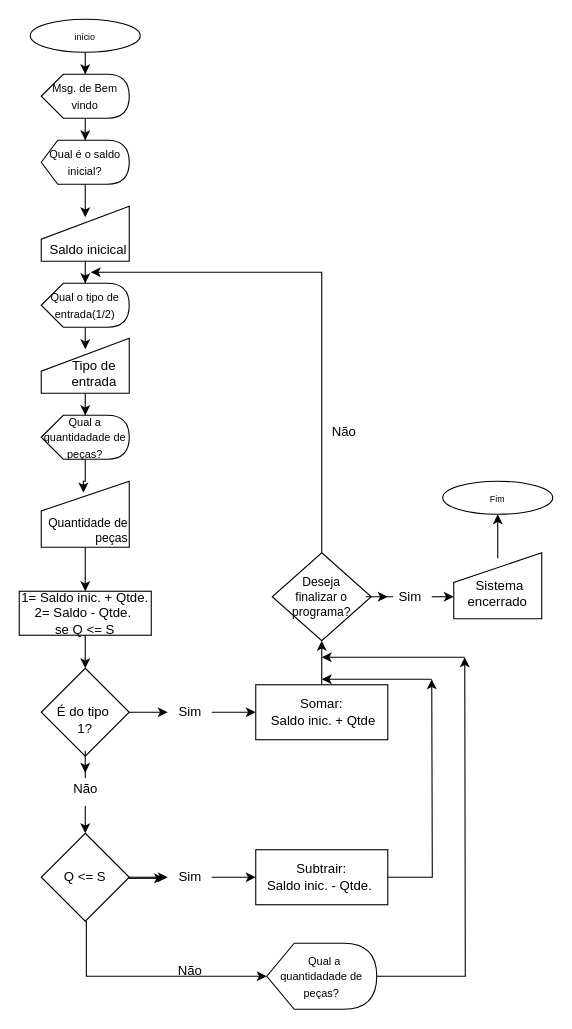
Before: Diagrama sem nome.drawio in ingridsouzz/ingridsouzz, a draw.io diagram. Source tidied: cells renumbered, new cells numbered last; positions are measured from the earlier drawing's top-left corner, leaving out a move shared by most shapes. Both pictures are drawn from the tidied source at 110%, with x=0, y=0 at pixel (19, 19).
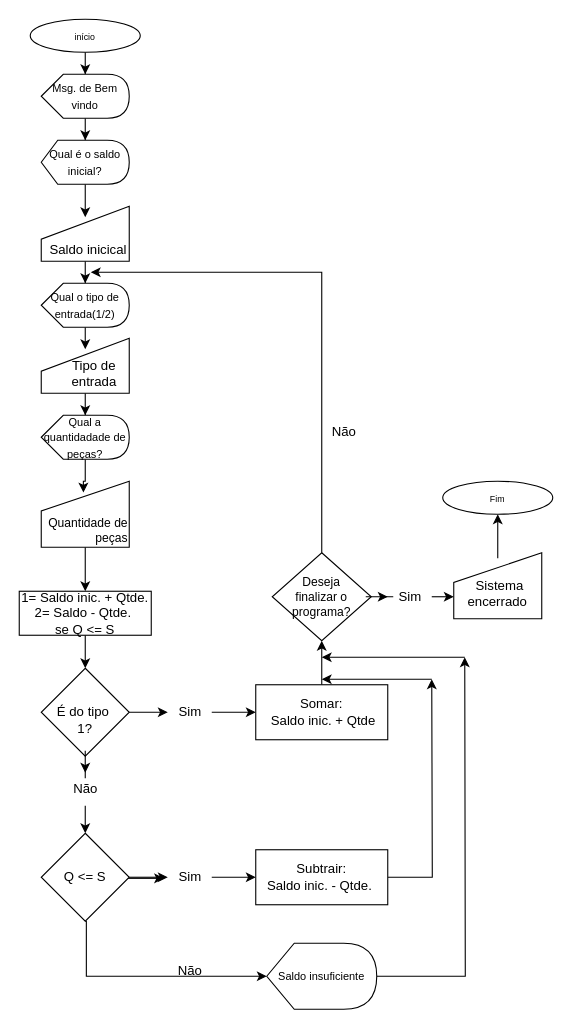
The same page after the edit.

Commit message:
Diagrama estoque

What changed in the source:
```diff
@@
-    <mxCell id="32" value="&lt;font style=&quot;font-size: 10px;&quot;&gt;&amp;nbsp; Qual a quantidadade de peças?&lt;/font&gt;" style="shape=display;whiteSpace=wrap;html=1;align=center;" parent="1" vertex="1">
+    <mxCell id="32" value="&lt;font style=&quot;font-size: 10px;&quot;&gt;Saldo insuficiente&lt;/font&gt;" style="shape=display;whiteSpace=wrap;html=1;align=center;" parent="1" vertex="1">
       <mxGeometry x="225" y="840" width="100" height="60" as="geometry" />
     </mxCell>
```
